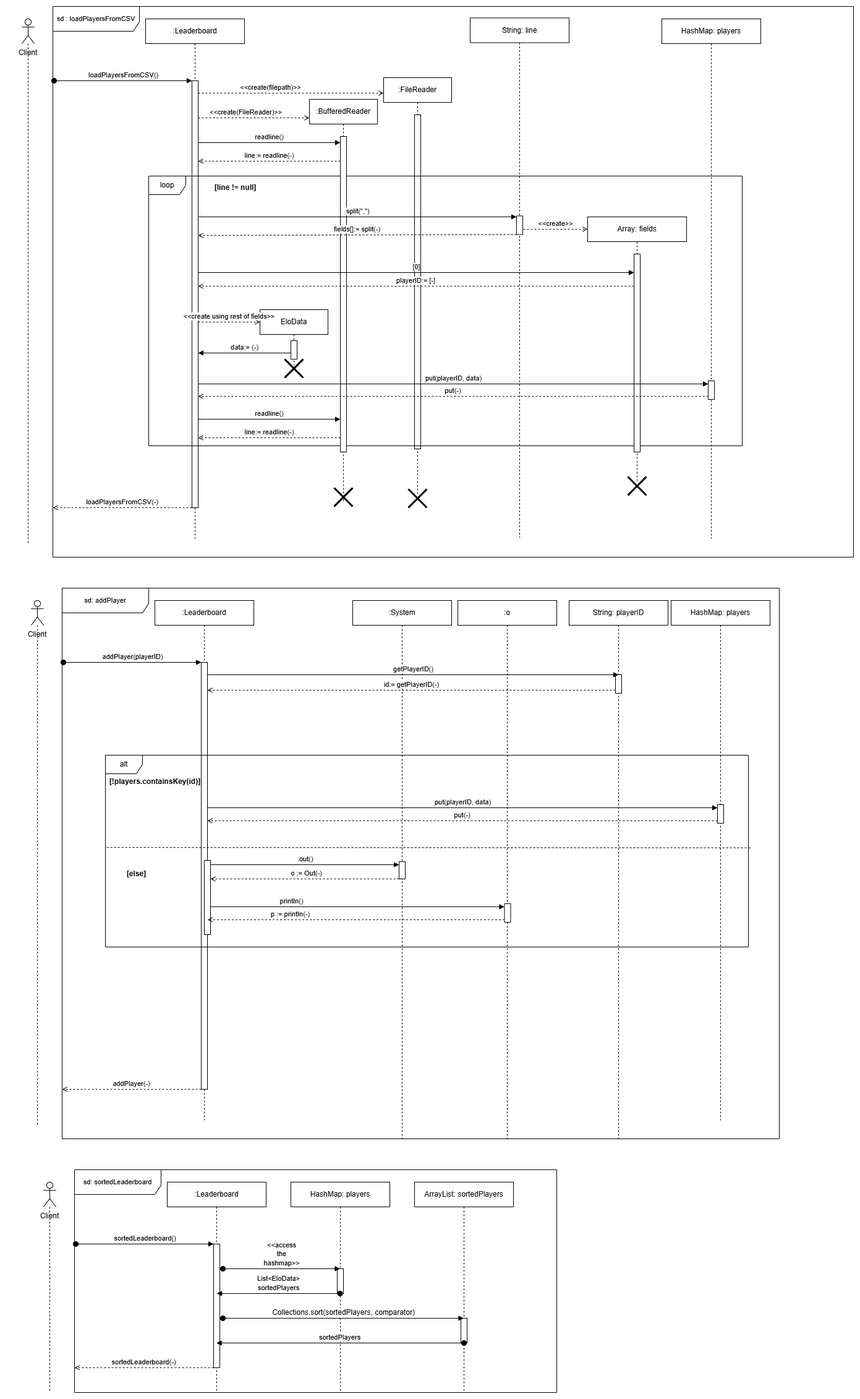
The draw.io diagram Sequence diagrams/Leaderboard.drawio.png in aeMyst/Minigame-Portal, before a commit. Source tidied: cells renumbered, new cells last; positions are measured from the earlier drawing's top-left corner, leaving out a move shared by most shapes.
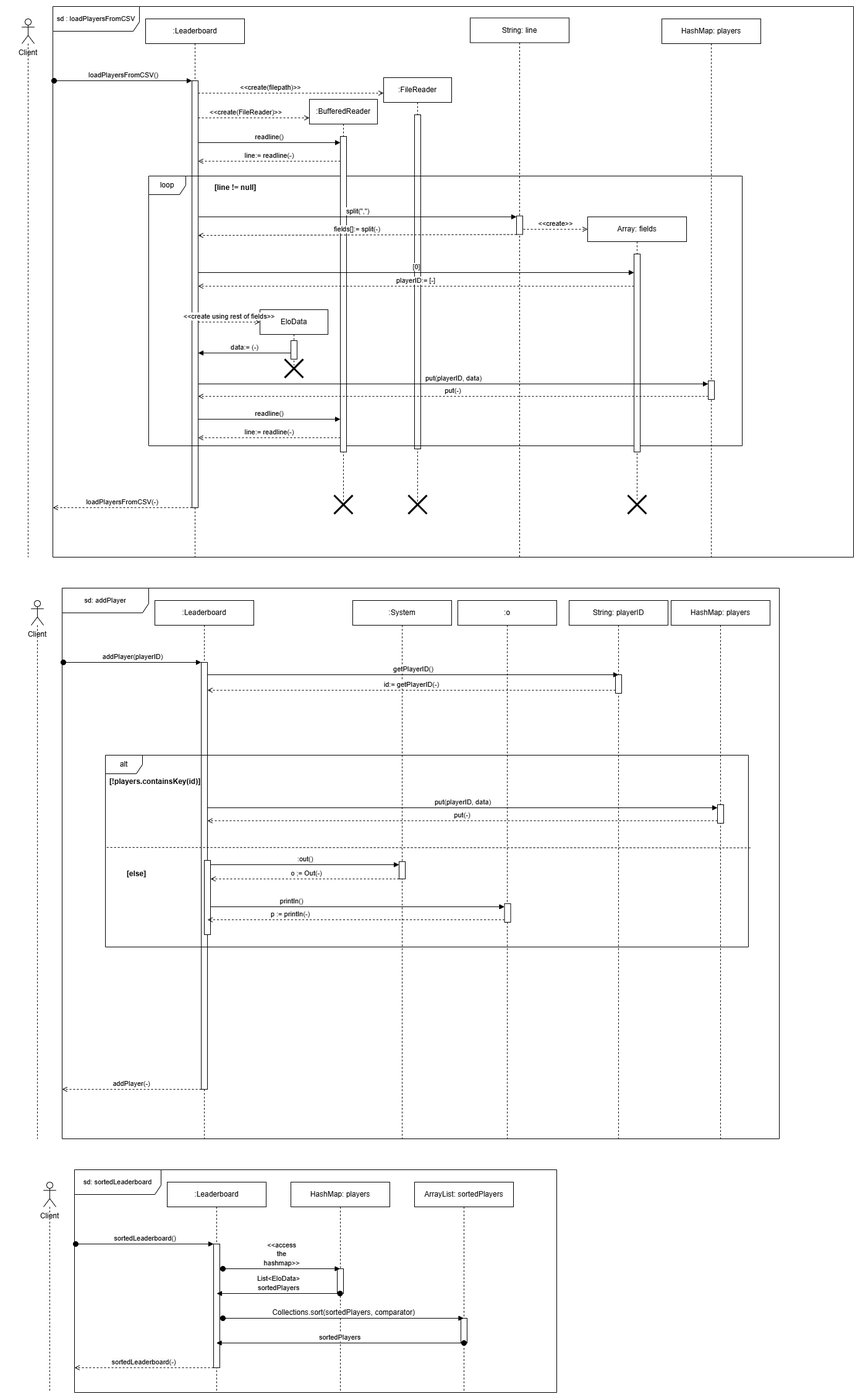
Later version of the same file.

Commit message:
Small fixes in Leaderboard sequence diagram

Change to the diagram source:
```diff
@@ -11,10 +11,10 @@
       </mxGeometry>
     </mxCell>
     <mxCell id="4" style="shape=umlLifeline;perimeter=lifelinePerimeter;whiteSpace=wrap;html=1;newEdgeStyle={&quot;curved&quot;:0,&quot;rounded&quot;:0};participant=umlActor;" parent="1" vertex="1">
-      <mxGeometry x="25" y="20" width="20" height="850" as="geometry" />
+      <mxGeometry x="25" y="20" width="20" height="870" as="geometry" />
     </mxCell>
     <mxCell id="5" value=":Leaderboard" style="shape=umlLifeline;perimeter=lifelinePerimeter;whiteSpace=wrap;html=1;newEdgeStyle={&quot;curved&quot;:0,&quot;rounded&quot;:0};" parent="1" vertex="1">
-      <mxGeometry x="225" y="20" width="160" height="840" as="geometry" />
+      <mxGeometry x="225" y="20" width="160" height="870" as="geometry" />
     </mxCell>
     <mxCell id="6" style="html=1;points=[[0,0,0,0,5],[0,1,0,0,-5],[1,0,0,0,5],[1,1,0,0,-5]];perimeter=orthogonalPerimeter;outlineConnect=0;targetShapes=umlLifeline;portConstraint=eastwest;newEdgeStyle={&quot;curved&quot;:0,&quot;rounded&quot;:0};" parent="5" vertex="1">
       <mxGeometry x="75" y="100" width="10" height="690" as="geometry" />
@@ -39,7 +39,7 @@
       </mxGeometry>
     </mxCell>
     <mxCell id="11" value=":FileReader" style="shape=umlLifeline;perimeter=lifelinePerimeter;whiteSpace=wrap;html=1;newEdgeStyle={&quot;curved&quot;:0,&quot;rounded&quot;:0};" parent="1" vertex="1">
-      <mxGeometry x="610" y="115" width="110" height="675" as="geometry" />
+      <mxGeometry x="610" y="115" width="110" height="685" as="geometry" />
     </mxCell>
     <mxCell id="12" style="html=1;perimeter=orthogonalPerimeter;targetShapes=umlLifeline;newEdgeStyle={&quot;curved&quot;:0,&quot;rounded&quot;:0};" parent="11" vertex="1">
       <mxGeometry x="50" y="60" width="10" height="540" as="geometry" />
@@ -80,9 +80,6 @@
     <mxCell id="20" style="html=1;points=[[0,0,0,0,5],[0,1,0,0,-5],[1,0,0,0,5],[1,1,0,0,-5]];perimeter=orthogonalPerimeter;outlineConnect=0;targetShapes=umlLifeline;portConstraint=eastwest;newEdgeStyle={&quot;curved&quot;:0,&quot;rounded&quot;:0};" parent="19" vertex="1">
       <mxGeometry x="50" y="60" width="10" height="510" as="geometry" />
     </mxCell>
-    <mxCell id="21" style="shape=umlDestroy;whiteSpace=wrap;html=1;strokeWidth=3;targetShapes=umlLifeline;" parent="19" vertex="1">
-      <mxGeometry x="40" y="628" width="30" height="30" as="geometry" />
-    </mxCell>
     <mxCell id="22" value="[line != null]" style="text;align=center;fontStyle=1;verticalAlign=middle;spacingLeft=3;spacingRight=3;strokeColor=none;html=1;" parent="1" vertex="1">
       <mxGeometry x="330" y="280" width="80" height="26" as="geometry" />
     </mxCell>
@@ -118,7 +115,7 @@
       </mxGeometry>
     </mxCell>
     <mxCell id="30" style="shape=umlDestroy;whiteSpace=wrap;html=1;strokeWidth=3;targetShapes=umlLifeline;" parent="1" vertex="1">
-      <mxGeometry x="650" y="780" width="30" height="30" as="geometry" />
+      <mxGeometry x="650" y="790" width="30" height="30" as="geometry" />
     </mxCell>
     <mxCell id="31" value="&lt;font style=&quot;font-size: 11px;&quot;&gt;sd: addPlayer&lt;/font&gt;" style="shape=umlFrame;whiteSpace=wrap;html=1;width=140;height=40;" parent="1" vertex="1">
       <mxGeometry x="90" y="940" width="1160" height="890" as="geometry" />
@@ -129,10 +126,10 @@
       </mxGeometry>
     </mxCell>
     <mxCell id="33" style="shape=umlLifeline;perimeter=lifelinePerimeter;whiteSpace=wrap;html=1;newEdgeStyle={&quot;curved&quot;:0,&quot;rounded&quot;:0};participant=umlActor;" parent="1" vertex="1">
-      <mxGeometry x="40" y="960" width="20" height="850" as="geometry" />
+      <mxGeometry x="40" y="960" width="20" height="870" as="geometry" />
     </mxCell>
     <mxCell id="34" value=":Leaderboard" style="shape=umlLifeline;perimeter=lifelinePerimeter;whiteSpace=wrap;html=1;newEdgeStyle={&quot;curved&quot;:0,&quot;rounded&quot;:0};" parent="1" vertex="1">
-      <mxGeometry x="240" y="960" width="160" height="840" as="geometry" />
+      <mxGeometry x="240" y="960" width="160" height="870" as="geometry" />
     </mxCell>
     <mxCell id="35" style="html=1;points=[[0,0,0,0,5],[0,1,0,0,-5],[1,0,0,0,5],[1,1,0,0,-5]];perimeter=orthogonalPerimeter;outlineConnect=0;targetShapes=umlLifeline;portConstraint=eastwest;newEdgeStyle={&quot;curved&quot;:0,&quot;rounded&quot;:0};" parent="34" vertex="1">
       <mxGeometry x="75" y="100" width="10" height="690" as="geometry" />
@@ -223,13 +220,13 @@
       <mxGeometry x="160" y="1210" width="1040" height="310" as="geometry" />
     </mxCell>
     <mxCell id="58" value="String: line" style="shape=umlLifeline;perimeter=lifelinePerimeter;whiteSpace=wrap;html=1;newEdgeStyle={&quot;curved&quot;:0,&quot;rounded&quot;:0};" parent="1" vertex="1">
-      <mxGeometry x="750" y="18.5" width="160" height="840" as="geometry" />
+      <mxGeometry x="750" y="18.5" width="160" height="871.5" as="geometry" />
     </mxCell>
     <mxCell id="59" value="&lt;span style=&quot;color: rgba(0, 0, 0, 0); font-family: monospace; font-size: 0px; text-align: start;&quot;&gt;%3CmxGraphModel%3E%3Croot%3E%3CmxCell%20id%3D%220%22%2F%3E%3CmxCell%20id%3D%221%22%20parent%3D%220%22%2F%3E%3CmxCell%20id%3D%222%22%20value%3D%22String%3A%20line%22%20style%3D%22shape%3DumlLifeline%3Bperimeter%3DlifelinePerimeter%3BwhiteSpace%3Dwrap%3Bhtml%3D1%3Bcontainer%3D1%3BdropTarget%3D0%3Bcollapsible%3D0%3BrecursiveResize%3D0%3BoutlineConnect%3D0%3BportConstraint%3Deastwest%3BnewEdgeStyle%3D%7B%26quot%3Bcurved%26quot%3B%3A0%2C%26quot%3Brounded%26quot%3B%3A0%7D%3B%22%20vertex%3D%221%22%20parent%3D%221%22%3E%3CmxGeometry%20x%3D%22790%22%20y%3D%222258.5%22%20width%3D%22160%22%20height%3D%22840%22%20as%3D%22geometry%22%2F%3E%3C%2FmxCell%3E%3CmxCell%20id%3D%223%22%20value%3D%22%22%20style%3D%22html%3D1%3Bpoints%3D%5B%5B0%2C0%2C0%2C0%2C5%5D%2C%5B0%2C1%2C0%2C0%2C-5%5D%2C%5B1%2C0%2C0%2C0%2C5%5D%2C%5B1%2C1%2C0%2C0%2C-5%5D%5D%3Bperimeter%3DorthogonalPerimeter%3BoutlineConnect%3D0%3BtargetShapes%3DumlLifeline%3BportConstraint%3Deastwest%3BnewEdgeStyle%3D%7B%26quot%3Bcurved%26quot%3B%3A0%2C%26quot%3Brounded%26quot%3B%3A0%7D%3B%22%20vertex%3D%221%22%20parent%3D%222%22%3E%3CmxGeometry%20x%3D%2275%22%20y%3D%22320%22%20width%3D%2210%22%20height%3D%2230%22%20as%3D%22geometry%22%2F%3E%3C%2FmxCell%3E%3C%2Froot%3E%3C%2FmxGraphModel%3E&lt;/span&gt;" style="html=1;points=[[0,0,0,0,5],[0,1,0,0,-5],[1,0,0,0,5],[1,1,0,0,-5]];perimeter=orthogonalPerimeter;outlineConnect=0;targetShapes=umlLifeline;portConstraint=eastwest;newEdgeStyle={&quot;curved&quot;:0,&quot;rounded&quot;:0};" parent="58" vertex="1">
       <mxGeometry x="75" y="320" width="10" height="30" as="geometry" />
     </mxCell>
     <mxCell id="60" value="HashMap: players" style="shape=umlLifeline;perimeter=lifelinePerimeter;whiteSpace=wrap;html=1;newEdgeStyle={&quot;curved&quot;:0,&quot;rounded&quot;:0};" parent="1" vertex="1">
-      <mxGeometry x="1060" y="20" width="160" height="840" as="geometry" />
+      <mxGeometry x="1060" y="20" width="160" height="870" as="geometry" />
     </mxCell>
     <mxCell id="61" style="html=1;points=[[0,0,0,0,5],[0,1,0,0,-5],[1,0,0,0,5],[1,1,0,0,-5]];perimeter=orthogonalPerimeter;outlineConnect=0;targetShapes=umlLifeline;portConstraint=eastwest;newEdgeStyle={&quot;curved&quot;:0,&quot;rounded&quot;:0};" parent="60" vertex="1">
       <mxGeometry x="75" y="585" width="10" height="30" as="geometry" />
@@ -256,13 +253,13 @@
       </mxGeometry>
     </mxCell>
     <mxCell id="66" value="Array: fields" style="shape=umlLifeline;perimeter=lifelinePerimeter;whiteSpace=wrap;html=1;newEdgeStyle={&quot;curved&quot;:0,&quot;rounded&quot;:0};" parent="1" vertex="1">
-      <mxGeometry x="940" y="340" width="160" height="430" as="geometry" />
+      <mxGeometry x="940" y="340" width="160" height="460" as="geometry" />
     </mxCell>
     <mxCell id="67" value="&lt;span style=&quot;color: rgba(0, 0, 0, 0); font-family: monospace; font-size: 0px; text-align: start;&quot;&gt;%3CmxGraphModel%3E%3Croot%3E%3CmxCell%20id%3D%220%22%2F%3E%3CmxCell%20id%3D%221%22%20parent%3D%220%22%2F%3E%3CmxCell%20id%3D%222%22%20value%3D%22String%3A%20line%22%20style%3D%22shape%3DumlLifeline%3Bperimeter%3DlifelinePerimeter%3BwhiteSpace%3Dwrap%3Bhtml%3D1%3Bcontainer%3D1%3BdropTarget%3D0%3Bcollapsible%3D0%3BrecursiveResize%3D0%3BoutlineConnect%3D0%3BportConstraint%3Deastwest%3BnewEdgeStyle%3D%7B%26quot%3Bcurved%26quot%3B%3A0%2C%26quot%3Brounded%26quot%3B%3A0%7D%3B%22%20vertex%3D%221%22%20parent%3D%221%22%3E%3CmxGeometry%20x%3D%22790%22%20y%3D%222258.5%22%20width%3D%22160%22%20height%3D%22840%22%20as%3D%22geometry%22%2F%3E%3C%2FmxCell%3E%3CmxCell%20id%3D%223%22%20value%3D%22%22%20style%3D%22html%3D1%3Bpoints%3D%5B%5B0%2C0%2C0%2C0%2C5%5D%2C%5B0%2C1%2C0%2C0%2C-5%5D%2C%5B1%2C0%2C0%2C0%2C5%5D%2C%5B1%2C1%2C0%2C0%2C-5%5D%5D%3Bperimeter%3DorthogonalPerimeter%3BoutlineConnect%3D0%3BtargetShapes%3DumlLifeline%3BportConstraint%3Deastwest%3BnewEdgeStyle%3D%7B%26quot%3Bcurved%26quot%3B%3A0%2C%26quot%3Brounded%26quot%3B%3A0%7D%3B%22%20vertex%3D%221%22%20parent%3D%222%22%3E%3CmxGeometry%20x%3D%2275%22%20y%3D%22320%22%20width%3D%2210%22%20height%3D%2230%22%20as%3D%22geometry%22%2F%3E%3C%2FmxCell%3E%3C%2Froot%3E%3C%2FmxGraphModel%3E&lt;/span&gt;" style="html=1;points=[[0,0,0,0,5],[0,1,0,0,-5],[1,0,0,0,5],[1,1,0,0,-5]];perimeter=orthogonalPerimeter;outlineConnect=0;targetShapes=umlLifeline;portConstraint=eastwest;newEdgeStyle={&quot;curved&quot;:0,&quot;rounded&quot;:0};" parent="66" vertex="1">
       <mxGeometry x="75" y="60" width="10" height="320" as="geometry" />
     </mxCell>
     <mxCell id="68" style="shape=umlDestroy;whiteSpace=wrap;html=1;strokeWidth=3;targetShapes=umlLifeline;" parent="1" vertex="1">
-      <mxGeometry x="1005" y="760" width="30" height="30" as="geometry" />
+      <mxGeometry x="1005" y="790" width="30" height="30" as="geometry" />
     </mxCell>
     <mxCell id="69" value="[0]" style="html=1;verticalAlign=bottom;endArrow=block;curved=0;rounded=0;" parent="1" edge="1" target="67">
       <mxGeometry relative="1" as="geometry">
@@ -295,7 +292,7 @@
       <mxGeometry relative="1" as="geometry" />
     </mxCell>
     <mxCell id="77" value="HashMap: players" style="shape=umlLifeline;perimeter=lifelinePerimeter;whiteSpace=wrap;html=1;newEdgeStyle={&quot;curved&quot;:0,&quot;rounded&quot;:0};" parent="1" vertex="1">
-      <mxGeometry x="1075" y="960" width="160" height="840" as="geometry" />
+      <mxGeometry x="1075" y="960" width="160" height="870" as="geometry" />
     </mxCell>
     <mxCell id="78" style="html=1;points=[[0,0,0,0,5],[0,1,0,0,-5],[1,0,0,0,5],[1,1,0,0,-5]];perimeter=orthogonalPerimeter;outlineConnect=0;targetShapes=umlLifeline;portConstraint=eastwest;newEdgeStyle={&quot;curved&quot;:0,&quot;rounded&quot;:0};" parent="77" vertex="1">
       <mxGeometry x="75" y="330" width="10" height="30" as="geometry" />
@@ -347,5 +344,8 @@
         </Array>
       </mxGeometry>
     </mxCell>
+    <mxCell id="21" style="shape=umlDestroy;whiteSpace=wrap;html=1;strokeWidth=3;targetShapes=umlLifeline;" parent="1" vertex="1">
+      <mxGeometry x="530" y="790" width="30" height="30" as="geometry" />
+    </mxCell>
   </root>
 </mxGraphModel>
```
